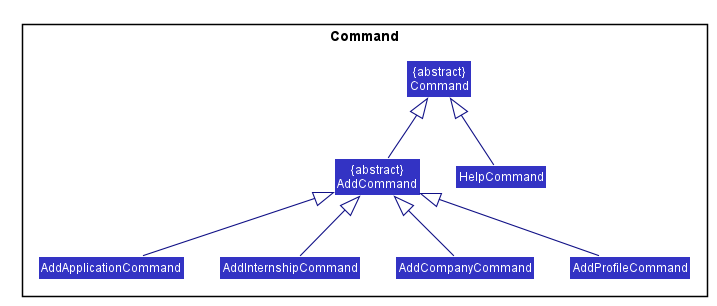
Before: docs/images/CommandClassDiagram.png, a diagram exported from PlantUML (shawn-nyk/tp). Its diagram source:
```plantuml
@startuml








skinparam BackgroundColor #FFFFFFF

skinparam Shadowing false

skinparam Class {
    FontColor #FFFFFF
    BorderThickness 1
    BorderColor #FFFFFF
    StereotypeFontColor #FFFFFF
    FontName Arial
}

skinparam Actor {
    BorderColor #000000
    Color #000000
    FontName Arial
}

skinparam Sequence {
    MessageAlign center
    BoxFontSize 15
    BoxPadding 0
    BoxFontColor #FFFFFF
    FontName Arial
}

skinparam Participant {
    FontColor #FFFFFFF
    Padding 20
}

skinparam MinClassWidth 50
skinparam ParticipantPadding 10
skinparam Shadowing false
skinparam DefaultTextAlignment center
skinparam packageStyle Rectangle

hide footbox
hide circle
skinparam arrowThickness 1.1
skinparam arrowColor #101086
skinparam classBackgroundColor #3333C4

package Command {

class "&#123;abstract&#125;\nCommand" as Command
class "&#123;abstract&#125;\nAddCommand" as AddCommand
class AddApplicationCommand
class AddInternshipCommand
class AddCompanyCommand
class AddProfileCommand
class HelpCommand

}

hide members

Command <|-- AddCommand
AddCommand <|-- AddCompanyCommand
AddCommand <|-- AddInternshipCommand
AddCommand <|-- AddApplicationCommand
AddCommand <|-- AddProfileCommand
Command <|-- HelpCommand

@enduml
```
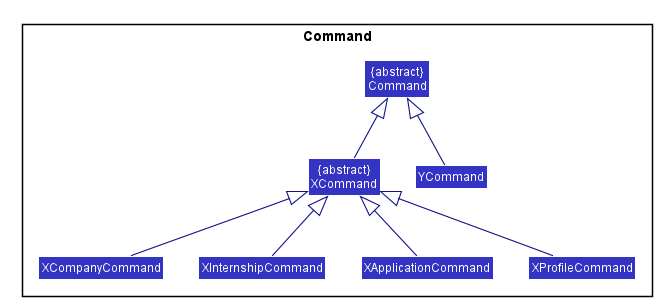
After the change.

Commit message:
Update command class diagram image

Change to the diagram source:
```diff
@@ -53,22 +53,22 @@
 package Command {
 
 class "&#123;abstract&#125;\nCommand" as Command
-class "&#123;abstract&#125;\nAddCommand" as AddCommand
-class AddApplicationCommand
-class AddInternshipCommand
-class AddCompanyCommand
-class AddProfileCommand
-class HelpCommand
+class "&#123;abstract&#125;\nXCommand" as XCommand
+class XCompanyCommand
+class XInternshipCommand
+class XApplicationCommand
+class XProfileCommand
+class YCommand
 
 }
 
 hide members
 
-Command <|-- AddCommand
-AddCommand <|-- AddCompanyCommand
-AddCommand <|-- AddInternshipCommand
-AddCommand <|-- AddApplicationCommand
-AddCommand <|-- AddProfileCommand
-Command <|-- HelpCommand
+Command <|-- XCommand
+XCommand <|-- XCompanyCommand
+XCommand <|-- XInternshipCommand
+XCommand <|-- XApplicationCommand
+XCommand <|-- XProfileCommand
+Command <|-- YCommand
 
 @enduml
```
